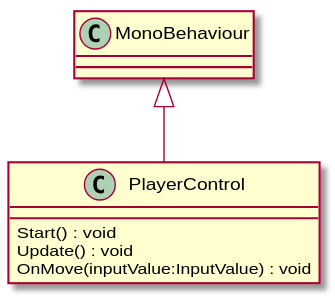
The PlantUML diagram UML/MallowMystery/Assets/Scripts/PlayerControl.svg in robinsuurs/Mallow_Mysterie, before a commit. Its diagram source:
```plantuml
@startuml
class PlayerControl {
    Start() : void
    Update() : void
    OnMove(inputValue:InputValue) : void
}
MonoBehaviour <|-- PlayerControl
@enduml
```
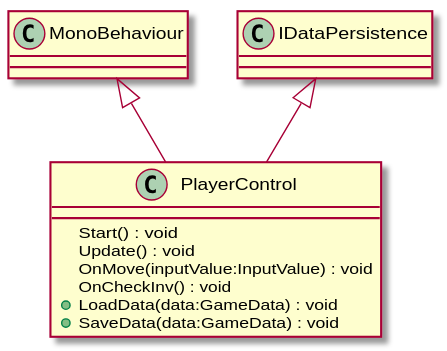
Above is the later version.

Diff of the diagram source:
```diff
@@ -3,6 +3,10 @@
     Start() : void
     Update() : void
     OnMove(inputValue:InputValue) : void
+    OnCheckInv() : void
+    + LoadData(data:GameData) : void
+    + SaveData(data:GameData) : void
 }
 MonoBehaviour <|-- PlayerControl
+IDataPersistence <|-- PlayerControl
 @enduml
```
